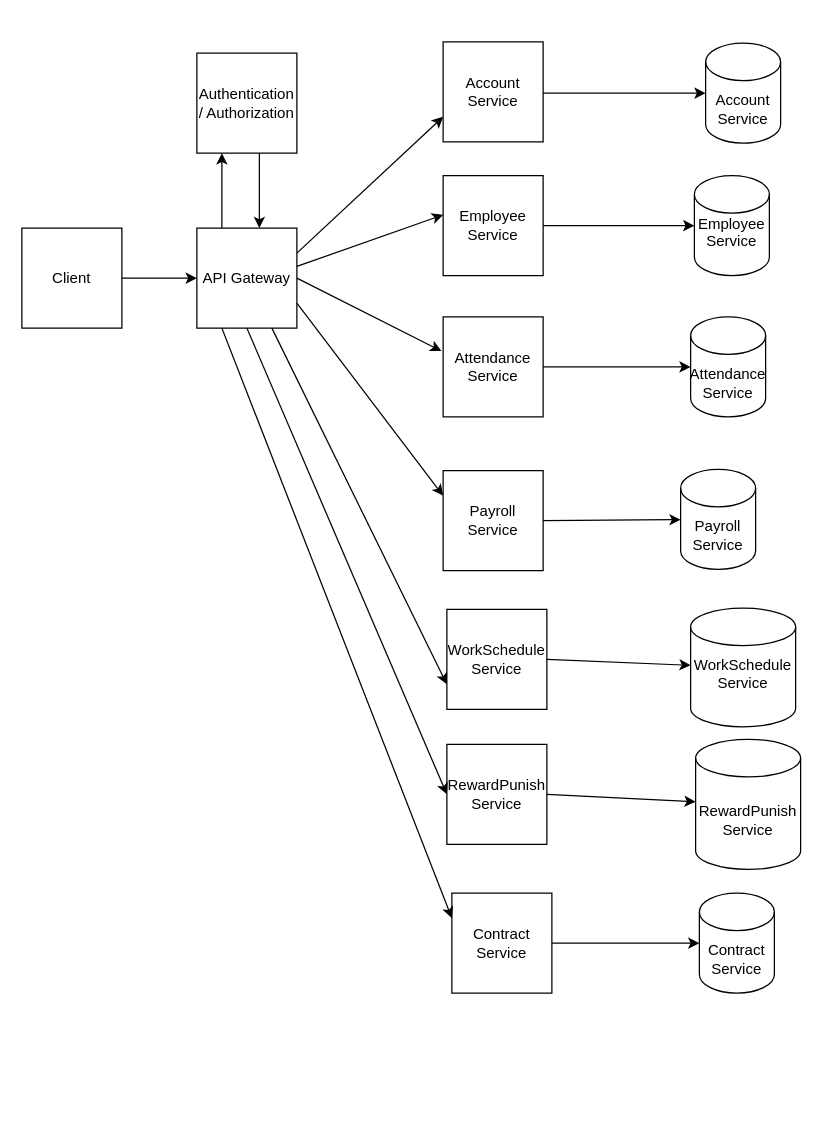
Before: page "Trang-4" (4 of 5) of tttn.drawio in VanTruongPTITHCM2002/DoAnJava, a draw.io diagram. Source tidied: cells renumbered, new cells numbered last; positions are measured from the earlier drawing's top-left corner, leaving out a move shared by most shapes. Both pictures are drawn from the tidied source at 125%, with x=0, y=0 at pixel (21, 41).
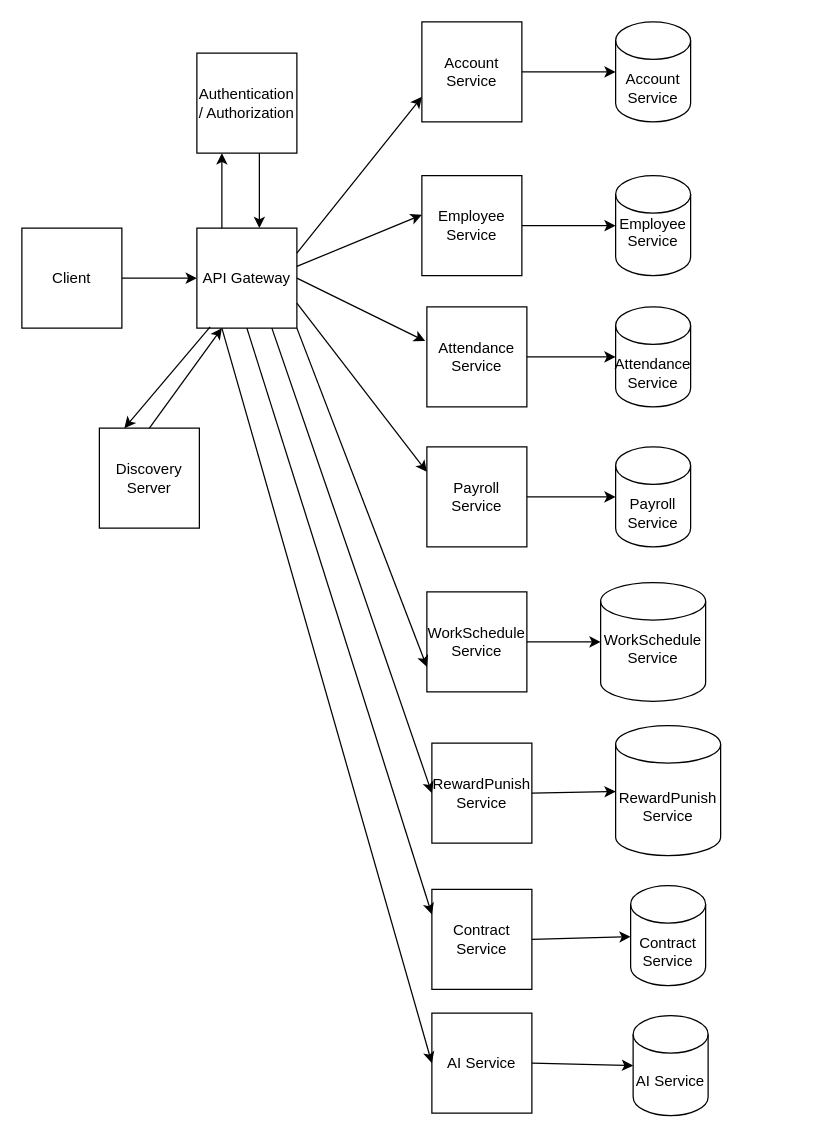
The same diagram, later.

The change refers to these unchanged cells:
```xml
<mxCell id="4" value="API Gateway" style="whiteSpace=wrap;html=1;" parent="1" vertex="1">
  <mxGeometry x="140" y="149" width="80" height="80" as="geometry" />
</mxCell>
```

Diff of the diagram source:
```diff
@@
     <mxCell id="9" value="Account Service" style="whiteSpace=wrap;html=1;" parent="1" vertex="1">
-      <mxGeometry x="337" width="80" height="80" as="geometry" />
+      <mxGeometry x="320" y="-16" width="80" height="80" as="geometry" />
     </mxCell>
@@
     <mxCell id="11" value="Employee Service" style="whiteSpace=wrap;html=1;" parent="1" vertex="1">
-      <mxGeometry x="337" y="107" width="80" height="80" as="geometry" />
+      <mxGeometry x="320" y="107" width="80" height="80" as="geometry" />
     </mxCell>
     <mxCell id="12" value="Attendance Service" style="whiteSpace=wrap;html=1;" parent="1" vertex="1">
-      <mxGeometry x="337" y="220" width="80" height="80" as="geometry" />
+      <mxGeometry x="324" y="212" width="80" height="80" as="geometry" />
     </mxCell>
@@
     <mxCell id="15" value="Payroll Service" style="whiteSpace=wrap;html=1;" parent="1" vertex="1">
-      <mxGeometry x="337" y="343" width="80" height="80" as="geometry" />
+      <mxGeometry x="324" y="324" width="80" height="80" as="geometry" />
     </mxCell>
     <mxCell id="16" value="WorkSchedule&lt;div&gt;Service&lt;/div&gt;" style="whiteSpace=wrap;html=1;" parent="1" vertex="1">
-      <mxGeometry x="340" y="454" width="80" height="80" as="geometry" />
+      <mxGeometry x="324" y="440" width="80" height="80" as="geometry" />
     </mxCell>
     <mxCell id="17" value="RewardPunish&lt;div&gt;Service&lt;/div&gt;" style="whiteSpace=wrap;html=1;" parent="1" vertex="1">
-      <mxGeometry x="340" y="562" width="80" height="80" as="geometry" />
+      <mxGeometry x="328" y="561" width="80" height="80" as="geometry" />
     </mxCell>
     <mxCell id="18" value="Contract Service" style="whiteSpace=wrap;html=1;" parent="1" vertex="1">
-      <mxGeometry x="344" y="681" width="80" height="80" as="geometry" />
+      <mxGeometry x="328" y="678" width="80" height="80" as="geometry" />
     </mxCell>
-    <mxCell id="19" style="endArrow=classic;html=1;rounded=0;exitX=0.75;exitY=1;exitDx=0;exitDy=0;entryX=0;entryY=0.75;entryDx=0;entryDy=0;" parent="1" edge="1" source="4" target="16">
+    <mxCell id="19" style="endArrow=classic;html=1;rounded=0;exitX=1;exitY=1;exitDx=0;exitDy=0;entryX=0;entryY=0.75;entryDx=0;entryDy=0;" parent="1" edge="1" source="4" target="16">
       <mxGeometry relative="1" as="geometry" />
     </mxCell>
-    <mxCell id="20" style="endArrow=classic;html=1;rounded=0;exitX=0.5;exitY=1;exitDx=0;exitDy=0;entryX=0;entryY=0.5;entryDx=0;entryDy=0;" parent="1" edge="1" source="4" target="17">
+    <mxCell id="20" style="endArrow=classic;html=1;rounded=0;exitX=0.75;exitY=1;exitDx=0;exitDy=0;entryX=0;entryY=0.5;entryDx=0;entryDy=0;" parent="1" edge="1" source="4" target="17">
       <mxGeometry relative="1" as="geometry" />
     </mxCell>
-    <mxCell id="21" style="endArrow=classic;html=1;rounded=0;exitX=0.25;exitY=1;exitDx=0;exitDy=0;entryX=0;entryY=0.25;entryDx=0;entryDy=0;" parent="1" edge="1" source="4" target="18">
+    <mxCell id="21" style="endArrow=classic;html=1;rounded=0;exitX=0.5;exitY=1;exitDx=0;exitDy=0;entryX=0;entryY=0.25;entryDx=0;entryDy=0;" parent="1" edge="1" source="4" target="18">
       <mxGeometry relative="1" as="geometry" />
     </mxCell>
-    <mxCell id="22" style="endArrow=classic;html=1;rounded=0;exitX=1;exitY=0.25;exitDx=0;exitDy=0;" parent="1" edge="1" target="29">
-      <mxGeometry relative="1" as="geometry">
-        <mxPoint x="417" y="41" as="sourcePoint" />
-      </mxGeometry>
+    <mxCell id="22" style="endArrow=classic;html=1;rounded=0;exitX=1;exitY=0.5;exitDx=0;exitDy=0;" parent="1" edge="1" source="9" target="29">
+      <mxGeometry relative="1" as="geometry" />
     </mxCell>
@@
     <mxCell id="29" value="Account Service" style="shape=cylinder3;whiteSpace=wrap;html=1;boundedLbl=1;backgroundOutline=1;size=15;" parent="1" vertex="1">
-      <mxGeometry x="547" y="1" width="60" height="80" as="geometry" />
+      <mxGeometry x="475" y="-16" width="60" height="80" as="geometry" />
     </mxCell>
     <mxCell id="30" value="&#10;&lt;span style=&quot;color: rgb(0, 0, 0); font-family: Helvetica; font-size: 12px; font-style: normal; font-variant-ligatures: normal; font-variant-caps: normal; font-weight: 400; letter-spacing: normal; orphans: 2; text-align: center; text-indent: 0px; text-transform: none; widows: 2; word-spacing: 0px; -webkit-text-stroke-width: 0px; white-space: normal; background-color: rgb(255, 255, 255); text-decoration-thickness: initial; text-decoration-style: initial; text-decoration-color: initial; display: inline !important; float: none;&quot;&gt;Employee Service&lt;/span&gt;&#10;&#10;" style="shape=cylinder3;whiteSpace=wrap;html=1;boundedLbl=1;backgroundOutline=1;size=15;" parent="1" vertex="1">
-      <mxGeometry x="538" y="107" width="60" height="80" as="geometry" />
+      <mxGeometry x="475" y="107" width="60" height="80" as="geometry" />
     </mxCell>
     <mxCell id="31" value="Attendance Service" style="shape=cylinder3;whiteSpace=wrap;html=1;boundedLbl=1;backgroundOutline=1;size=15;" parent="1" vertex="1">
-      <mxGeometry x="535" y="220" width="60" height="80" as="geometry" />
+      <mxGeometry x="475" y="212" width="60" height="80" as="geometry" />
     </mxCell>
     <mxCell id="32" value="Payroll Service" style="shape=cylinder3;whiteSpace=wrap;html=1;boundedLbl=1;backgroundOutline=1;size=15;" parent="1" vertex="1">
-      <mxGeometry x="527" y="342" width="60" height="80" as="geometry" />
+      <mxGeometry x="475" y="324" width="60" height="80" as="geometry" />
     </mxCell>
     <mxCell id="33" value="&#10;&lt;span style=&quot;color: rgb(0, 0, 0); font-family: Helvetica; font-size: 12px; font-style: normal; font-variant-ligatures: normal; font-variant-caps: normal; font-weight: 400; letter-spacing: normal; orphans: 2; text-align: center; text-indent: 0px; text-transform: none; widows: 2; word-spacing: 0px; -webkit-text-stroke-width: 0px; white-space: normal; background-color: rgb(255, 255, 255); text-decoration-thickness: initial; text-decoration-style: initial; text-decoration-color: initial; display: inline !important; float: none;&quot;&gt;WorkSchedule&lt;/span&gt;&lt;div style=&quot;forced-color-adjust: none; color: rgb(0, 0, 0); font-family: Helvetica; font-size: 12px; font-style: normal; font-variant-ligatures: normal; font-variant-caps: normal; font-weight: 400; letter-spacing: normal; orphans: 2; text-align: center; text-indent: 0px; text-transform: none; widows: 2; word-spacing: 0px; -webkit-text-stroke-width: 0px; white-space: normal; background-color: rgb(255, 255, 255); text-decoration-thickness: initial; text-decoration-style: initial; text-decoration-color: initial;&quot;&gt;Service&lt;/div&gt;&#10;&#10;" style="shape=cylinder3;whiteSpace=wrap;html=1;boundedLbl=1;backgroundOutline=1;size=15;" parent="1" vertex="1">
-      <mxGeometry x="535" y="453" width="84" height="95" as="geometry" />
+      <mxGeometry x="463" y="432.5" width="84" height="95" as="geometry" />
     </mxCell>
     <mxCell id="34" value="RewardPunish&lt;div&gt;Service&lt;/div&gt;" style="shape=cylinder3;whiteSpace=wrap;html=1;boundedLbl=1;backgroundOutline=1;size=15;" parent="1" vertex="1">
-      <mxGeometry x="539" y="558" width="84" height="104" as="geometry" />
+      <mxGeometry x="475" y="547" width="84" height="104" as="geometry" />
     </mxCell>
     <mxCell id="35" value="Contract Service" style="shape=cylinder3;whiteSpace=wrap;html=1;boundedLbl=1;backgroundOutline=1;size=15;" parent="1" vertex="1">
-      <mxGeometry x="542" y="681" width="60" height="80" as="geometry" />
+      <mxGeometry x="487" y="675" width="60" height="80" as="geometry" />
     </mxCell>
+    <mxCell id="36" value="Discovery Server" style="whiteSpace=wrap;html=1;" parent="1" vertex="1">
+      <mxGeometry x="62" y="309" width="80" height="80" as="geometry" />
+    </mxCell>
+    <mxCell id="37" style="endArrow=classic;html=1;rounded=0;exitX=0.133;exitY=0.987;exitDx=0;exitDy=0;exitPerimeter=0;entryX=0.25;entryY=0;entryDx=0;entryDy=0;" parent="1" edge="1" source="4" target="36">
+      <mxGeometry relative="1" as="geometry" />
+    </mxCell>
+    <mxCell id="38" style="endArrow=classic;html=1;rounded=0;exitX=0.5;exitY=0;exitDx=0;exitDy=0;entryX=0.25;entryY=1;entryDx=0;entryDy=0;" parent="1" edge="1" source="36" target="4">
+      <mxGeometry relative="1" as="geometry" />
+    </mxCell>
+    <mxCell id="39" value="AI Service" style="whiteSpace=wrap;html=1;" parent="1" vertex="1">
+      <mxGeometry x="328" y="777" width="80" height="80" as="geometry" />
+    </mxCell>
+    <mxCell id="40" value="AI Service" style="shape=cylinder3;whiteSpace=wrap;html=1;boundedLbl=1;backgroundOutline=1;size=15;" parent="1" vertex="1">
+      <mxGeometry x="489" y="779" width="60" height="80" as="geometry" />
+    </mxCell>
+    <mxCell id="41" style="endArrow=classic;html=1;rounded=0;exitX=1;exitY=0.5;exitDx=0;exitDy=0;entryX=0;entryY=0.5;entryDx=0;entryDy=0;entryPerimeter=0;" parent="1" edge="1" source="39" target="40">
+      <mxGeometry relative="1" as="geometry" />
+    </mxCell>
+    <mxCell id="42" style="endArrow=classic;html=1;rounded=0;exitX=0.25;exitY=1;exitDx=0;exitDy=0;entryX=0;entryY=0.5;entryDx=0;entryDy=0;" parent="1" edge="1" source="4" target="39">
+      <mxGeometry relative="1" as="geometry" />
+    </mxCell>
```
